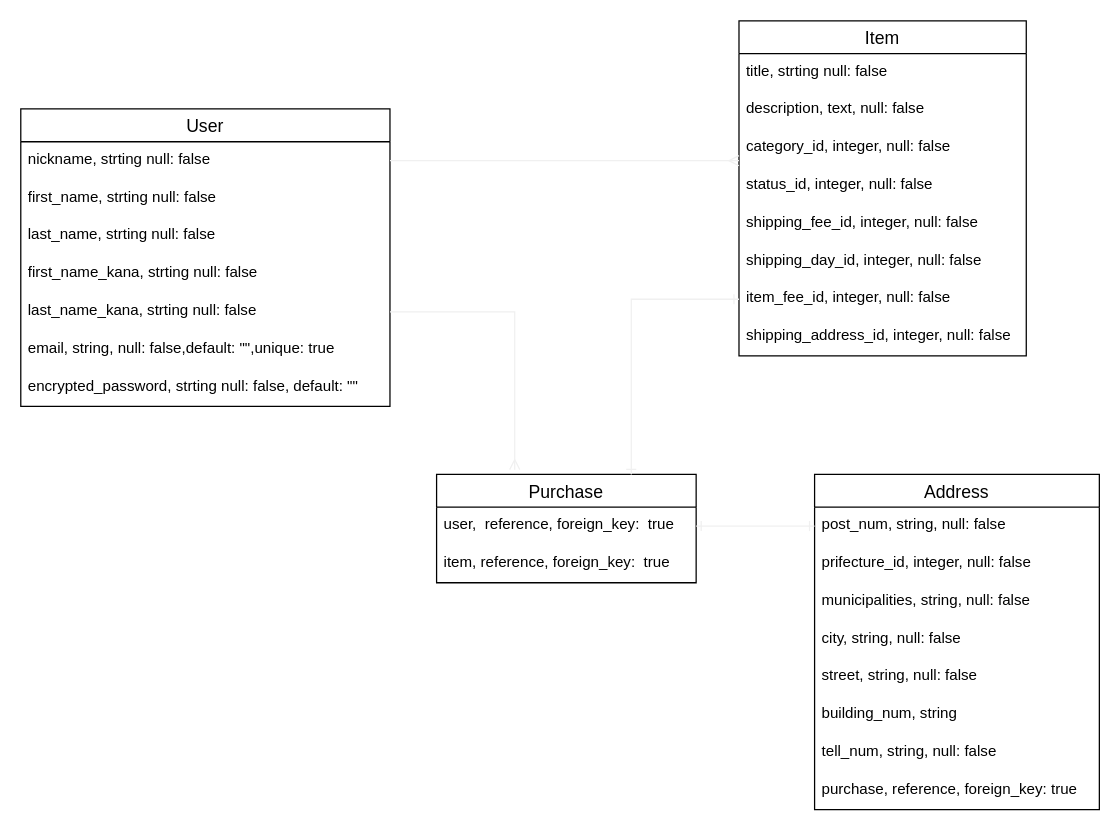
This is ER.dio from shu26docutar/furima-33478, a draw.io file, before an edit. Source tidied: cells renumbered, new cells numbered last; positions are measured from the earlier drawing's top-left corner, leaving out a move shared by most shapes. Both pictures are drawn from the tidied source at 126%, with x=0, y=0 at pixel (20, 20).
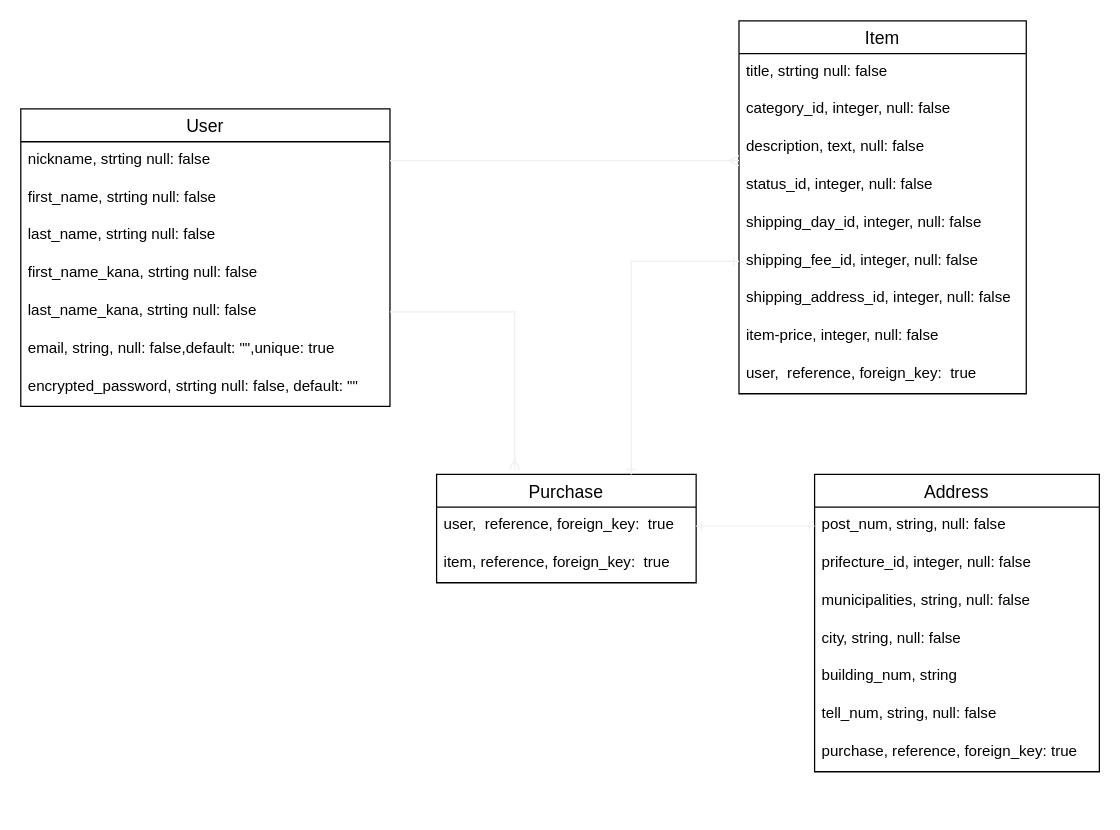
The same page after the edit.

The edit, as a diff of the source:
```diff
@@
     <mxCell id="10" value="Item" style="swimlane;fontStyle=0;horizontal=1;startSize=26;align=center;fontSize=14;" parent="1" vertex="1">
-      <mxGeometry x="570" width="228" height="266" as="geometry" />
+      <mxGeometry x="570" width="228" height="296" as="geometry" />
     </mxCell>
@@
+    <mxCell id="13" value="category_id, integer, null: false" style="text;strokeColor=none;fillColor=none;spacingLeft=4;spacingRight=4;overflow=hidden;fontSize=12;" parent="10" vertex="1">
+      <mxGeometry y="56" width="228" height="30" as="geometry" />
+    </mxCell>
     <mxCell id="12" value="description, text, null: false" style="text;strokeColor=none;fillColor=none;spacingLeft=4;spacingRight=4;overflow=hidden;fontSize=12;" parent="10" vertex="1">
-      <mxGeometry y="56" width="228" height="30" as="geometry" />
+      <mxGeometry y="86" width="228" height="30" as="geometry" />
     </mxCell>
-    <mxCell id="13" value="category_id, integer, null: false" style="text;strokeColor=none;fillColor=none;spacingLeft=4;spacingRight=4;overflow=hidden;fontSize=12;" parent="10" vertex="1">
-      <mxGeometry y="86" width="228" height="30" as="geometry" />
-    </mxCell>
@@
-    <mxCell id="15" value="shipping_fee_id, integer, null: false" style="text;strokeColor=none;fillColor=none;spacingLeft=4;spacingRight=4;overflow=hidden;fontSize=12;" parent="10" vertex="1">
-      <mxGeometry y="146" width="228" height="30" as="geometry" />
-    </mxCell>
     <mxCell id="16" value="shipping_day_id, integer, null: false" style="text;strokeColor=none;fillColor=none;spacingLeft=4;spacingRight=4;overflow=hidden;fontSize=12;" parent="10" vertex="1">
-      <mxGeometry y="176" width="228" height="30" as="geometry" />
+      <mxGeometry y="146" width="228" height="30" as="geometry" />
     </mxCell>
-    <mxCell id="17" value="item_fee_id, integer, null: false" style="text;strokeColor=none;fillColor=none;spacingLeft=4;spacingRight=4;overflow=hidden;points=[[0,0.5],[1,0.5]];portConstraint=eastwest;fontSize=12;" parent="10" vertex="1">
-      <mxGeometry y="206" width="228" height="30" as="geometry" />
+    <mxCell id="17" value="shipping_fee_id, integer, null: false" style="text;strokeColor=none;fillColor=none;spacingLeft=4;spacingRight=4;overflow=hidden;points=[[0,0.5],[1,0.5]];portConstraint=eastwest;fontSize=12;" parent="10" vertex="1">
+      <mxGeometry y="176" width="228" height="30" as="geometry" />
     </mxCell>
     <mxCell id="18" value="shipping_address_id, integer, null: false" style="text;strokeColor=none;fillColor=none;spacingLeft=4;spacingRight=4;overflow=hidden;fontSize=12;" parent="10" vertex="1">
-      <mxGeometry y="236" width="228" height="30" as="geometry" />
+      <mxGeometry y="206" width="228" height="30" as="geometry" />
     </mxCell>
+    <mxCell id="35" value="item-price, integer, null: false" style="text;strokeColor=none;fillColor=none;spacingLeft=4;spacingRight=4;overflow=hidden;fontSize=12;" parent="10" vertex="1">
+      <mxGeometry y="236" width="228" height="30" as="geometry" />
+    </mxCell>
+    <mxCell id="36" value="user,  reference, foreign_key:  true" style="text;strokeColor=none;fillColor=none;spacingLeft=4;spacingRight=4;overflow=hidden;fontSize=12;" parent="10" vertex="1">
+      <mxGeometry y="266" width="228" height="30" as="geometry" />
+    </mxCell>
@@
     <mxCell id="22" value="Address" style="swimlane;fontStyle=0;horizontal=1;startSize=26;align=center;fontSize=14;" parent="1" vertex="1">
-      <mxGeometry x="630" y="360" width="226" height="266" as="geometry" />
+      <mxGeometry x="630" y="360" width="226" height="236" as="geometry" />
     </mxCell>
@@
-    <mxCell id="27" value="street, string, null: false" style="text;strokeColor=none;fillColor=none;spacingLeft=4;spacingRight=4;overflow=hidden;fontSize=12;fontStyle=0;" parent="22" vertex="1">
-      <mxGeometry y="146" width="226" height="30" as="geometry" />
-    </mxCell>
     <mxCell id="28" value="building_num, string" style="text;strokeColor=none;fillColor=none;spacingLeft=4;spacingRight=4;overflow=hidden;fontSize=12;" parent="22" vertex="1">
-      <mxGeometry y="176" width="226" height="30" as="geometry" />
+      <mxGeometry y="146" width="226" height="30" as="geometry" />
     </mxCell>
     <mxCell id="29" value="tell_num, string, null: false" style="text;strokeColor=none;fillColor=none;spacingLeft=4;spacingRight=4;overflow=hidden;fontSize=12;" parent="22" vertex="1">
-      <mxGeometry y="206" width="226" height="30" as="geometry" />
+      <mxGeometry y="176" width="226" height="30" as="geometry" />
     </mxCell>
     <mxCell id="30" value="purchase, reference, foreign_key: true" style="text;strokeColor=none;fillColor=none;spacingLeft=4;spacingRight=4;overflow=hidden;fontSize=12;" parent="22" vertex="1">
-      <mxGeometry y="236" width="226" height="30" as="geometry" />
+      <mxGeometry y="206" width="226" height="30" as="geometry" />
     </mxCell>
```
